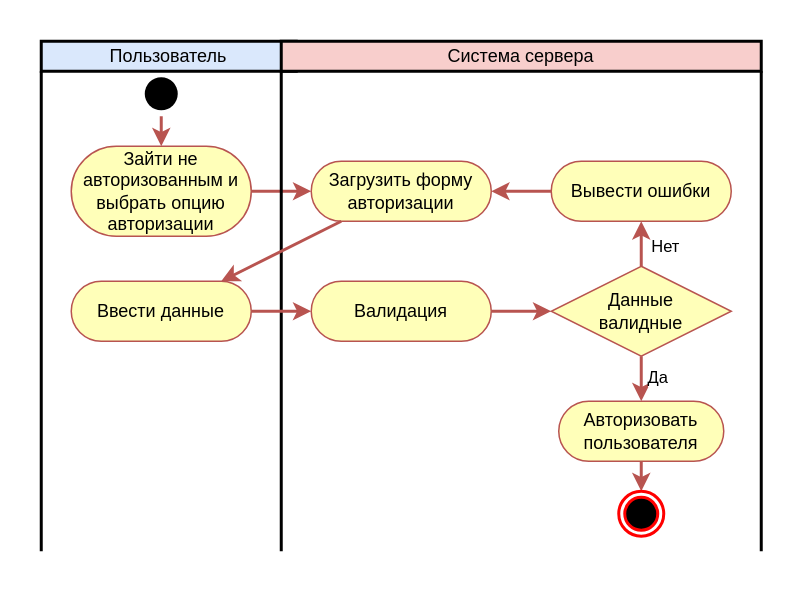
Before: page "🙍Auth: вход" (3 of 8) of docs/Деятельности.drawio in Kopchan/wepicsync, a draw.io diagram. Source tidied: cells renumbered, new cells numbered last; positions are measured from the earlier drawing's top-left corner, leaving out a move shared by most shapes. Both pictures are drawn from the tidied source at 150%, with x=0, y=0 at pixel (40, 40).
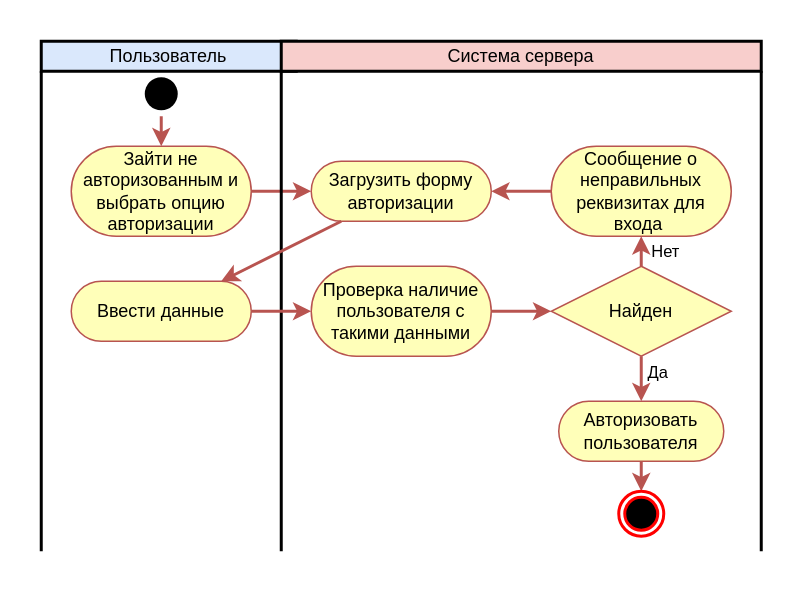
Above is the later version.

Unchanged cells that the change refers to:
```xml
<mxCell id="17" style="shape=connector;rounded=0;jettySize=auto;html=1;labelBackgroundColor=default;strokeColor=#b85450;strokeWidth=2;fontFamily=Helvetica;fontSize=11;fontColor=default;endArrow=classic;fillColor=#f8cecc;" parent="1" edge="1" source="19" target="23">
  <mxGeometry relative="1" as="geometry" />
</mxCell>
```

The edit, as a diff of the source:
```diff
@@
-    <mxCell id="14" value="Валидация" style="rounded=1;whiteSpace=wrap;html=1;comic=0;strokeWidth=1;fillColor=#ffffb9;arcSize=50;strokeColor=#B85450;" parent="1" vertex="1">
-      <mxGeometry x="180" y="160" width="120" height="40" as="geometry" />
+    <mxCell id="14" value="Проверка наличие пользователя с такими данными" style="rounded=1;whiteSpace=wrap;html=1;comic=0;strokeWidth=1;fillColor=#ffffb9;arcSize=50;strokeColor=#B85450;" parent="1" vertex="1">
+      <mxGeometry x="180" y="150" width="120" height="60" as="geometry" />
     </mxCell>
@@
     <mxCell id="18" value="Да" style="edgeLabel;html=1;align=center;verticalAlign=middle;fontSize=11;fontFamily=Helvetica;fontColor=default;" parent="17" vertex="1">
       <mxGeometry x="-0.27" relative="1" as="geometry">
-        <mxPoint x="10" y="2" as="offset" />
+        <mxPoint x="10" y="-1" as="offset" />
       </mxGeometry>
     </mxCell>
-    <mxCell id="19" value="Данные &lt;br&gt;валидные" style="rhombus;whiteSpace=wrap;html=1;comic=0;strokeWidth=1;fillColor=#ffffb9;strokeColor=#B85450;" parent="1" vertex="1">
+    <mxCell id="19" value="Найден" style="rhombus;whiteSpace=wrap;html=1;comic=0;strokeWidth=1;fillColor=#ffffb9;strokeColor=#B85450;" parent="1" vertex="1">
       <mxGeometry x="340" y="150" width="120" height="60" as="geometry" />
     </mxCell>
@@
-    <mxCell id="21" value="Вывести ошибки" style="rounded=1;whiteSpace=wrap;html=1;comic=0;strokeWidth=1;fillColor=#ffffb9;arcSize=50;strokeColor=#B85450;" parent="1" vertex="1">
-      <mxGeometry x="340" y="80" width="120" height="40" as="geometry" />
+    <mxCell id="21" value="Сообщение о неправильных реквизитах для входа&amp;nbsp;" style="rounded=1;whiteSpace=wrap;html=1;comic=0;strokeWidth=1;fillColor=#ffffb9;arcSize=50;strokeColor=#B85450;" parent="1" vertex="1">
+      <mxGeometry x="340" y="70" width="120" height="60" as="geometry" />
     </mxCell>
@@
+    <mxCell id="27" style="rounded=0;whiteSpace=wrap;html=1;fillColor=none;strokeColor=none;" parent="1" vertex="1">
+      <mxGeometry x="-10" y="-10" width="500" height="360" as="geometry" />
+    </mxCell>
```
